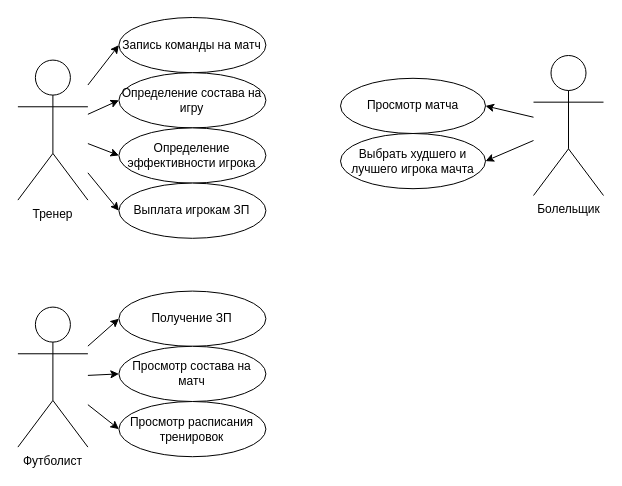
Above: .vs/Diagramm football.drawio in Alexsander996/football (draw.io), before the change. Source tidied: cells renumbered, new cells numbered last; positions are measured from the earlier drawing's top-left corner, leaving out a move shared by most shapes. Both pictures are drawn from the tidied source at 100%, with x=0, y=0 at pixel (17, 17).
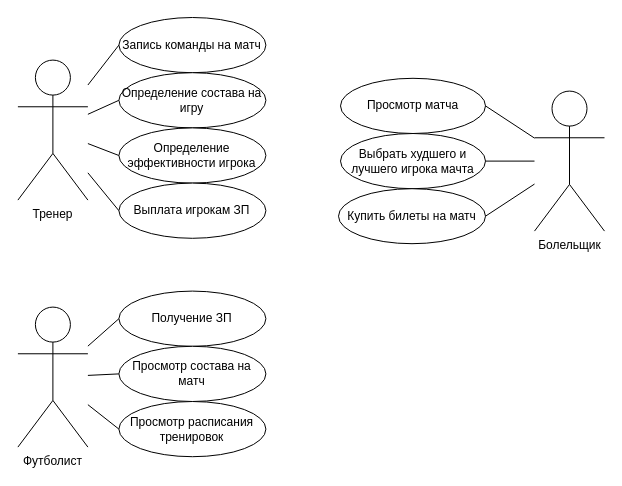
The same diagram, later.

The change refers to these unchanged cells:
```xml
<mxCell id="6" value="Тренер&lt;br&gt;" style="shape=umlActor;verticalLabelPosition=bottom;verticalAlign=top;html=1;outlineConnect=0;" parent="1" vertex="1">
  <mxGeometry x="0.4" y="42.6" width="70" height="140" as="geometry" />
</mxCell>
<mxCell id="7" value="Запись команды на матч" style="ellipse;whiteSpace=wrap;html=1;" parent="1" vertex="1">
  <mxGeometry x="101.4" width="147" height="55.2" as="geometry" />
</mxCell>
<mxCell id="8" value="Определение состава на игру" style="ellipse;whiteSpace=wrap;html=1;" parent="1" vertex="1">
  <mxGeometry x="101.4" y="55.2" width="147" height="55.2" as="geometry" />
</mxCell>
<mxCell id="9" value="Определение эффективности игрока" style="ellipse;whiteSpace=wrap;html=1;" parent="1" vertex="1">
  <mxGeometry x="101.4" y="110.4" width="147" height="55.2" as="geometry" />
</mxCell>
<mxCell id="10" value="Выплата игрокам ЗП" style="ellipse;whiteSpace=wrap;html=1;" parent="1" vertex="1">
  <mxGeometry x="101.4" y="165.6" width="147" height="55.2" as="geometry" />
</mxCell>
<mxCell id="14" value="Просмотр матча" style="ellipse;whiteSpace=wrap;html=1;" parent="1" vertex="1">
  <mxGeometry x="323" y="60.8" width="145" height="55.2" as="geometry" />
</mxCell>
<mxCell id="15" value="Выбрать худшего и лучшего игрока мачта" style="ellipse;whiteSpace=wrap;html=1;" parent="1" vertex="1">
  <mxGeometry x="323" y="116" width="145" height="55.2" as="geometry" />
</mxCell>
<mxCell id="19" value="Футболист" style="shape=umlActor;verticalLabelPosition=bottom;verticalAlign=top;html=1;outlineConnect=0;" parent="1" vertex="1">
  <mxGeometry x="0.4" y="289.6" width="70" height="140" as="geometry" />
</mxCell>
<mxCell id="20" value="Получение ЗП" style="ellipse;whiteSpace=wrap;html=1;" parent="1" vertex="1">
  <mxGeometry x="101.4" y="273.6" width="147" height="55.2" as="geometry" />
</mxCell>
<mxCell id="21" value="Просмотр состава на матч" style="ellipse;whiteSpace=wrap;html=1;" parent="1" vertex="1">
  <mxGeometry x="101.4" y="328.8" width="147" height="55.2" as="geometry" />
</mxCell>
<mxCell id="22" value="Просмотр расписания тренировок" style="ellipse;whiteSpace=wrap;html=1;" parent="1" vertex="1">
  <mxGeometry x="101.4" y="384" width="147" height="55.2" as="geometry" />
</mxCell>
```

Diff of the diagram source:
```diff
@@
-    <mxCell id="2" style="edgeStyle=none;rounded=0;jettySize=auto;html=1;entryX=0;entryY=0.5;entryDx=0;entryDy=0;" parent="1" edge="1" source="6" target="10">
+    <mxCell id="2" style="edgeStyle=none;rounded=0;jettySize=auto;html=1;entryX=0;entryY=0.5;entryDx=0;entryDy=0;endArrow=none;endFill=0;" parent="1" edge="1" source="6" target="10">
       <mxGeometry relative="1" as="geometry" />
     </mxCell>
-    <mxCell id="3" style="edgeStyle=none;rounded=0;jettySize=auto;html=1;entryX=0;entryY=0.5;entryDx=0;entryDy=0;" parent="1" edge="1" source="6" target="9">
+    <mxCell id="3" style="edgeStyle=none;rounded=0;jettySize=auto;html=1;entryX=0;entryY=0.5;entryDx=0;entryDy=0;endArrow=none;endFill=0;" parent="1" edge="1" source="6" target="9">
       <mxGeometry relative="1" as="geometry" />
     </mxCell>
-    <mxCell id="4" style="edgeStyle=none;rounded=0;jettySize=auto;html=1;entryX=0;entryY=0.5;entryDx=0;entryDy=0;" parent="1" edge="1" source="6" target="8">
+    <mxCell id="4" style="edgeStyle=none;rounded=0;jettySize=auto;html=1;entryX=0;entryY=0.5;entryDx=0;entryDy=0;endArrow=none;endFill=0;" parent="1" edge="1" source="6" target="8">
       <mxGeometry relative="1" as="geometry" />
     </mxCell>
-    <mxCell id="5" style="edgeStyle=none;rounded=0;jettySize=auto;html=1;entryX=0;entryY=0.5;entryDx=0;entryDy=0;" parent="1" edge="1" source="6" target="7">
+    <mxCell id="5" style="edgeStyle=none;rounded=0;jettySize=auto;html=1;entryX=0;entryY=0.5;entryDx=0;entryDy=0;endArrow=none;endFill=0;" parent="1" edge="1" source="6" target="7">
       <mxGeometry relative="1" as="geometry" />
     </mxCell>
@@
-    <mxCell id="11" style="rounded=0;jettySize=auto;html=1;entryX=1;entryY=0.5;entryDx=0;entryDy=0;" parent="1" edge="1" source="13" target="15">
+    <mxCell id="11" style="rounded=0;jettySize=auto;html=1;entryX=1;entryY=0.5;entryDx=0;entryDy=0;endArrow=none;endFill=0;" parent="1" edge="1" source="13" target="15">
       <mxGeometry relative="1" as="geometry" />
     </mxCell>
-    <mxCell id="12" style="edgeStyle=none;rounded=0;jettySize=auto;html=1;entryX=1;entryY=0.5;entryDx=0;entryDy=0;" parent="1" edge="1" source="13" target="14">
+    <mxCell id="12" style="edgeStyle=none;rounded=0;jettySize=auto;html=1;entryX=1;entryY=0.5;entryDx=0;entryDy=0;endArrow=none;endFill=0;" parent="1" edge="1" source="13" target="14">
       <mxGeometry relative="1" as="geometry" />
     </mxCell>
+    <mxCell id="23" style="rounded=0;jettySize=auto;html=1;entryX=1;entryY=0.5;entryDx=0;entryDy=0;endArrow=none;endFill=0;" parent="1" edge="1" source="13" target="24">
+      <mxGeometry relative="1" as="geometry" />
+    </mxCell>
     <mxCell id="13" value="Болельщик&lt;br&gt;" style="shape=umlActor;verticalLabelPosition=bottom;verticalAlign=top;html=1;outlineConnect=0;" parent="1" vertex="1">
-      <mxGeometry x="516" y="38" width="70" height="140" as="geometry" />
+      <mxGeometry x="517" y="73.6" width="70" height="140" as="geometry" />
     </mxCell>
@@
-    <mxCell id="16" style="edgeStyle=none;rounded=0;jettySize=auto;html=1;entryX=0;entryY=0.5;entryDx=0;entryDy=0;" parent="1" edge="1" source="19" target="22">
+    <mxCell id="16" style="edgeStyle=none;rounded=0;jettySize=auto;html=1;entryX=0;entryY=0.5;entryDx=0;entryDy=0;endArrow=none;endFill=0;" parent="1" edge="1" source="19" target="22">
       <mxGeometry relative="1" as="geometry" />
     </mxCell>
-    <mxCell id="17" style="edgeStyle=none;rounded=0;jettySize=auto;html=1;entryX=0;entryY=0.5;entryDx=0;entryDy=0;" parent="1" edge="1" source="19" target="21">
+    <mxCell id="17" style="edgeStyle=none;rounded=0;jettySize=auto;html=1;entryX=0;entryY=0.5;entryDx=0;entryDy=0;endArrow=none;endFill=0;" parent="1" edge="1" source="19" target="21">
       <mxGeometry relative="1" as="geometry" />
     </mxCell>
-    <mxCell id="18" style="edgeStyle=none;rounded=0;jettySize=auto;html=1;entryX=0;entryY=0.5;entryDx=0;entryDy=0;" parent="1" edge="1" source="19" target="20">
+    <mxCell id="18" style="edgeStyle=none;rounded=0;jettySize=auto;html=1;entryX=0;entryY=0.5;entryDx=0;entryDy=0;endArrow=none;endFill=0;" parent="1" edge="1" source="19" target="20">
       <mxGeometry relative="1" as="geometry" />
     </mxCell>
@@
+    <mxCell id="24" value="Купить билеты на матч&lt;br&gt;" style="ellipse;whiteSpace=wrap;html=1;" parent="1" vertex="1">
+      <mxGeometry x="321" y="171.2" width="147" height="55" as="geometry" />
+    </mxCell>
```
